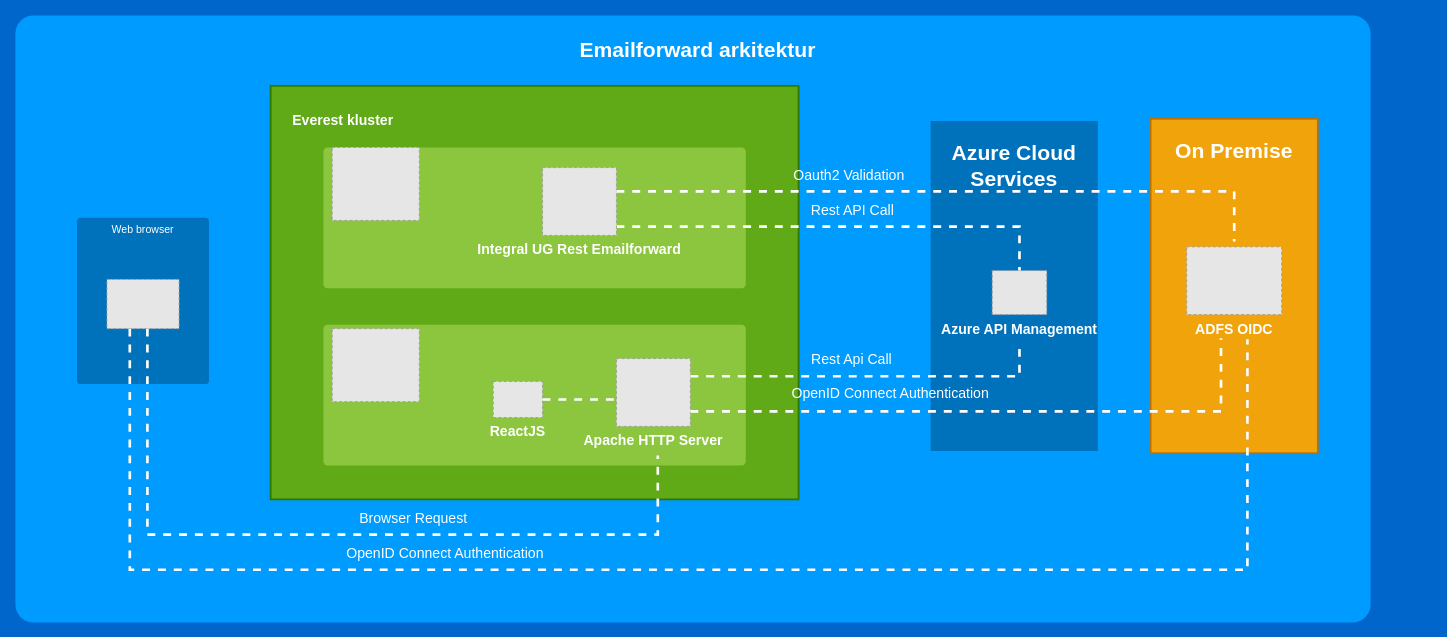
Before: Untitled Diagram.drawio in ssundkvist/cxf, a draw.io diagram. Source tidied: cells renumbered, new cells numbered last; positions are measured from the earlier drawing's top-left corner, leaving out a move shared by most shapes. Both pictures are drawn from the tidied source at 88%, with x=0, y=0 at pixel (15, 15). Pictures stored in the file or linked from it are replaced by grey dashed boxes.
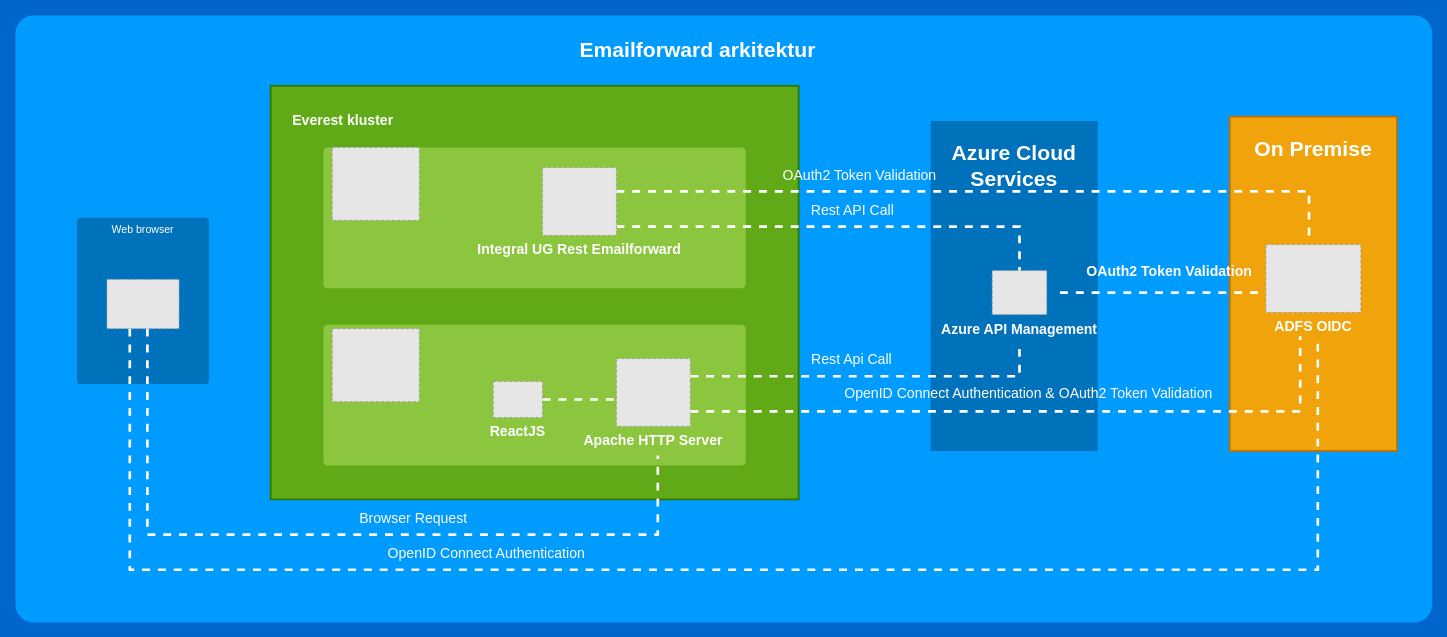
The same page after the edit.

The change refers to these unchanged cells:
```xml
<mxCell id="8" style="fillColor=#E6E6E6;strokeColor=#999999;dashed=1;verticalLabelPosition=bottom;labelBackgroundColor=#ffffff;verticalAlign=top;" parent="1" vertex="1">
  <mxGeometry x="104" y="300" width="82" height="56" as="geometry" />
</mxCell>
<mxCell id="11" value="Apache HTTP Server" style="fillColor=#E6E6E6;strokeColor=#999999;dashed=1;verticalLabelPosition=bottom;labelBackgroundColor=none;verticalAlign=top;fontSize=16;fontColor=#FFFFFF;fontStyle=1;" parent="1" vertex="1">
  <mxGeometry x="683" y="390" width="84" height="77" as="geometry" />
</mxCell>
<mxCell id="12" value="Azure API Management" style="fillColor=#E6E6E6;strokeColor=#999999;dashed=1;verticalLabelPosition=bottom;labelBackgroundColor=none;verticalAlign=top;fontSize=16;fontColor=#FFFFFF;fontStyle=1;" parent="1" vertex="1">
  <mxGeometry x="1110" y="290" width="62" height="50" as="geometry" />
</mxCell>
<mxCell id="20" value="Integral UG Rest Emailforward" style="fillColor=#E6E6E6;strokeColor=#999999;dashed=1;verticalLabelPosition=bottom;labelBackgroundColor=none;verticalAlign=top;fontSize=16;fontColor=#FFFFFF;fontStyle=1;" parent="1" vertex="1">
  <mxGeometry x="599" y="173" width="84" height="77" as="geometry" />
</mxCell>
```

Change to the diagram source:
```diff
@@
     <mxCell id="2" style="whiteSpace=wrap;html=1;rounded=1;shadow=0;strokeColor=none;strokeWidth=2;fillColor=#009BFF;fontSize=20;fontColor=#FFFFFF;align=center;arcSize=3;verticalAlign=top;spacingTop=4;" parent="1" vertex="1">
-      <mxGeometry width="1540" height="690" as="geometry" />
+      <mxGeometry width="1610" height="690" as="geometry" />
     </mxCell>
@@
     <mxCell id="23" value="&lt;h1&gt;On Premise&lt;/h1&gt;" style="rounded=0;whiteSpace=wrap;html=1;shadow=0;strokeWidth=2;fillColor=#f0a30a;fontSize=12;fontColor=#ffffff;align=center;strokeColor=#BD7000;arcSize=3;verticalAlign=top;" parent="1" vertex="1">
-      <mxGeometry x="1290" y="117.5" width="190" height="380" as="geometry" />
+      <mxGeometry x="1380" y="115" width="190" height="380" as="geometry" />
     </mxCell>
     <mxCell id="24" style="edgeStyle=orthogonalEdgeStyle;html=1;startArrow=none;startFill=0;startSize=10;endArrow=none;endFill=0;endSize=10;strokeWidth=3;fontSize=11;fontColor=#FFFFFF;strokeColor=#FFFFFF;dashed=1;rounded=0;targetPerimeterSpacing=27;" parent="1" edge="1" source="11" target="28">
       <mxGeometry relative="1" as="geometry">
         <Array as="points">
-          <mxPoint x="1370" y="450" />
+          <mxPoint x="1460" y="450" />
         </Array>
       </mxGeometry>
     </mxCell>
-    <mxCell id="25" value="&lt;font style=&quot;font-size: 16px&quot; color=&quot;#FFFFFF&quot;&gt;OpenID Connect Authentication&lt;/font&gt;" style="edgeLabel;html=1;align=center;verticalAlign=middle;labelBackgroundColor=none;" parent="24" vertex="1">
+    <mxCell id="25" value="&lt;font style=&quot;font-size: 16px&quot; color=&quot;#FFFFFF&quot;&gt;OpenID Connect Authentication &amp;amp; &lt;/font&gt;&lt;font style=&quot;font-size: 16px&quot; color=&quot;#FFFFFF&quot;&gt;OAuth2 Token Validation&lt;/font&gt;" style="edgeLabel;html=1;align=center;verticalAlign=middle;labelBackgroundColor=none;" parent="24" vertex="1">
       <mxGeometry x="0.13" y="-3" relative="1" as="geometry">
-        <mxPoint x="-162" y="-24.5" as="offset" />
+        <mxPoint x="-57" y="-24.5" as="offset" />
       </mxGeometry>
     </mxCell>
     <mxCell id="26" style="edgeStyle=orthogonalEdgeStyle;html=1;startArrow=none;startFill=0;startSize=10;endArrow=none;endFill=0;endSize=0;strokeWidth=3;fontSize=20;fontColor=#FFFFFF;strokeColor=#FFFFFF;dashed=1;rounded=0;targetPerimeterSpacing=6;" parent="1" edge="1" source="20" target="28">
       <mxGeometry relative="1" as="geometry">
         <Array as="points">
-          <mxPoint x="1385" y="200" />
+          <mxPoint x="1470" y="200" />
         </Array>
       </mxGeometry>
     </mxCell>
-    <mxCell id="27" value="&lt;font style=&quot;font-size: 16px&quot;&gt;Oauth2 Validation&lt;/font&gt;" style="edgeLabel;html=1;align=center;verticalAlign=middle;labelBackgroundColor=none;fontColor=#FFFFFF;" parent="26" vertex="1">
+    <mxCell id="27" value="&lt;font style=&quot;font-size: 16px&quot;&gt;OAuth2 Token Validation&lt;/font&gt;" style="edgeLabel;html=1;align=center;verticalAlign=middle;labelBackgroundColor=none;fontColor=#FFFFFF;" parent="26" vertex="1">
       <mxGeometry x="0.08" y="-2" relative="1" as="geometry">
-        <mxPoint x="-147" y="-22" as="offset" />
+        <mxPoint x="-179" y="-22" as="offset" />
       </mxGeometry>
     </mxCell>
     <mxCell id="28" value="ADFS OIDC" style="fillColor=#E6E6E6;strokeColor=#999999;dashed=1;verticalLabelPosition=bottom;labelBackgroundColor=none;verticalAlign=top;fontSize=16;fontColor=#FFFFFF;fontStyle=1;" parent="1" vertex="1">
-      <mxGeometry x="1331" y="263" width="108" height="77" as="geometry" />
+      <mxGeometry x="1421" y="260.5" width="108" height="77" as="geometry" />
     </mxCell>
     <mxCell id="29" style="edgeStyle=orthogonalEdgeStyle;html=1;startArrow=none;startFill=0;startSize=10;endArrow=none;endFill=0;endSize=10;strokeWidth=3;fontSize=11;fontColor=#FFFFFF;strokeColor=#FFFFFF;dashed=1;rounded=0;jumpStyle=none;targetPerimeterSpacing=28;" parent="1" edge="1" source="8" target="28">
       <mxGeometry relative="1" as="geometry">
         <Array as="points">
           <mxPoint x="130" y="630" />
-          <mxPoint x="1400" y="630" />
+          <mxPoint x="1480" y="630" />
         </Array>
       </mxGeometry>
     </mxCell>
@@
+    <mxCell id="31" style="edgeStyle=orthogonalEdgeStyle;html=1;startArrow=none;startFill=0;startSize=10;endArrow=none;endFill=0;endSize=10;strokeWidth=3;fontSize=11;fontColor=#FFFFFF;strokeColor=#FFFFFF;dashed=1;rounded=0;targetPerimeterSpacing=3;sourcePerimeterSpacing=15;" parent="1" edge="1" source="12" target="28">
+      <mxGeometry relative="1" as="geometry">
+        <Array as="points">
+          <mxPoint x="1240" y="315" />
+          <mxPoint x="1240" y="315" />
+        </Array>
+      </mxGeometry>
+    </mxCell>
+    <mxCell id="32" value="&lt;font style=&quot;font-size: 16px&quot; color=&quot;#FFFFFF&quot;&gt;OAuth2 Token Validation&lt;/font&gt;" style="edgeLabel;html=1;align=center;verticalAlign=middle;labelBackgroundColor=none;fontStyle=1;fontSize=15;" parent="31" vertex="1">
+      <mxGeometry x="0.13" y="-3" relative="1" as="geometry">
+        <mxPoint x="-8" y="-28" as="offset" />
+      </mxGeometry>
+    </mxCell>
```
